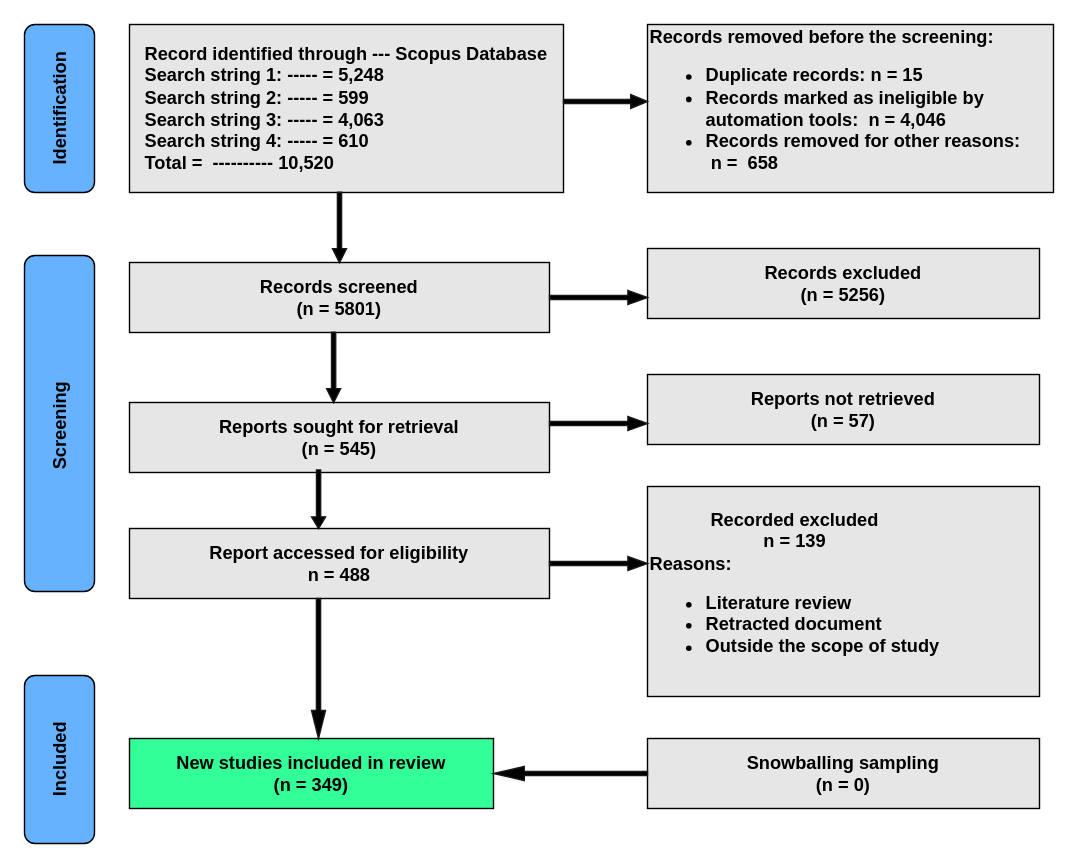
Earlier version of the draw.io diagram flow.drawio (yemioke/PRISMA2020). Source tidied: cells renumbered, new cells numbered last; positions are measured from the earlier drawing's top-left corner, leaving out a move shared by most shapes. Both pictures are drawn from the tidied source at 140%, with x=0, y=0 at pixel (-109, 24).
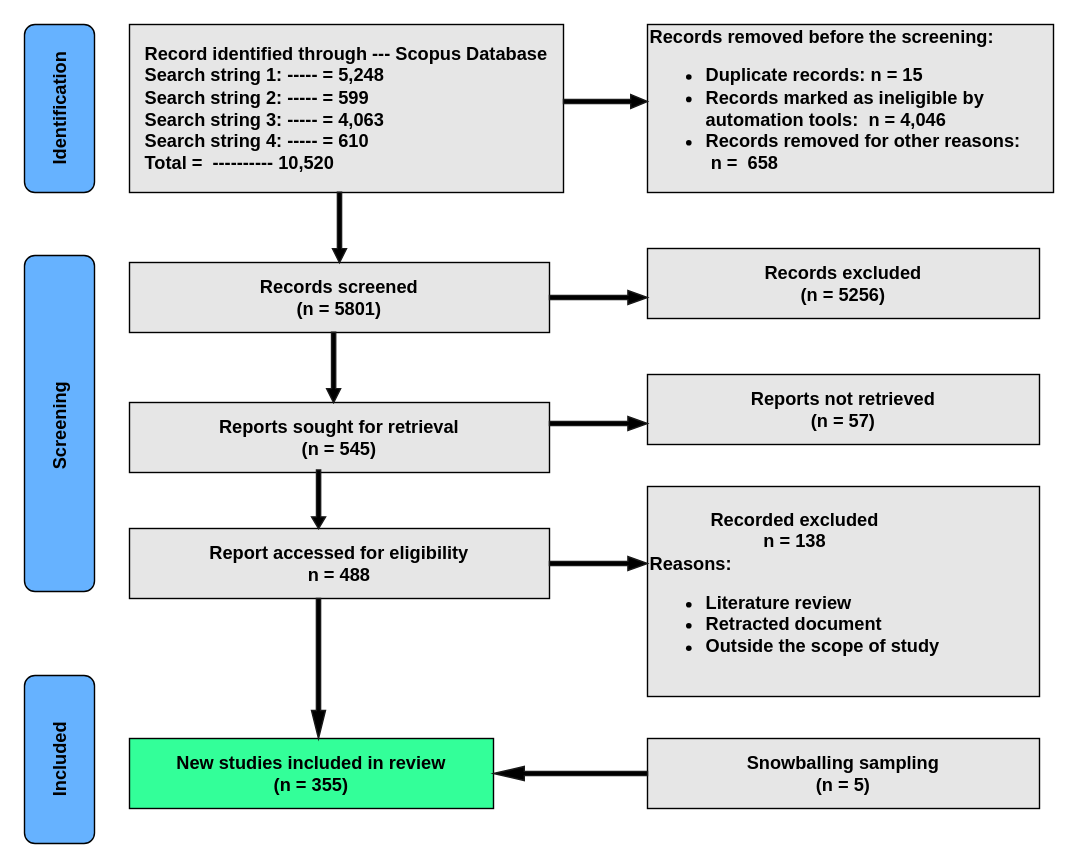
Above is the later version.

What changed in the source:
```diff
@@
-    <mxCell id="7" value="&lt;div style=&quot;text-align: center;&quot;&gt;&lt;font style=&quot;font-size: 13px;&quot;&gt;&lt;b&gt;Recorded excluded&lt;/b&gt;&lt;/font&gt;&lt;/div&gt;&lt;div style=&quot;text-align: center;&quot;&gt;&lt;font style=&quot;font-size: 13px;&quot;&gt;&lt;b&gt;n = 139&lt;/b&gt;&lt;/font&gt;&lt;/div&gt;&lt;div&gt;&lt;span style=&quot;background-color: initial;&quot;&gt;&lt;font style=&quot;font-size: 13px;&quot;&gt;&lt;b&gt;Reasons:&lt;/b&gt;&lt;/font&gt;&lt;/span&gt;&lt;/div&gt;&lt;div&gt;&lt;ul&gt;&lt;li style=&quot;&quot;&gt;&lt;font style=&quot;font-size: 13px;&quot;&gt;&lt;b&gt;Literature review&lt;/b&gt;&lt;/font&gt;&lt;/li&gt;&lt;li style=&quot;&quot;&gt;&lt;font style=&quot;font-size: 13px;&quot;&gt;&lt;b&gt;Retracted document&lt;/b&gt;&lt;/font&gt;&lt;/li&gt;&lt;li style=&quot;&quot;&gt;&lt;font style=&quot;font-size: 13px;&quot;&gt;&lt;b&gt;Outside the scope of study&lt;/b&gt;&lt;/font&gt;&lt;/li&gt;&lt;/ul&gt;&lt;/div&gt;" style="rounded=0;whiteSpace=wrap;html=1;align=left;fillColor=#E6E6E6;" parent="1" vertex="1">
+    <mxCell id="7" value="&lt;div style=&quot;text-align: center;&quot;&gt;&lt;font style=&quot;font-size: 13px;&quot;&gt;&lt;b&gt;Recorded excluded&lt;/b&gt;&lt;/font&gt;&lt;/div&gt;&lt;div style=&quot;text-align: center;&quot;&gt;&lt;font style=&quot;font-size: 13px;&quot;&gt;&lt;b&gt;n = 138&lt;/b&gt;&lt;/font&gt;&lt;/div&gt;&lt;div&gt;&lt;span style=&quot;background-color: initial;&quot;&gt;&lt;font style=&quot;font-size: 13px;&quot;&gt;&lt;b&gt;Reasons:&lt;/b&gt;&lt;/font&gt;&lt;/span&gt;&lt;/div&gt;&lt;div&gt;&lt;ul&gt;&lt;li style=&quot;&quot;&gt;&lt;font style=&quot;font-size: 13px;&quot;&gt;&lt;b&gt;Literature review&lt;/b&gt;&lt;/font&gt;&lt;/li&gt;&lt;li style=&quot;&quot;&gt;&lt;font style=&quot;font-size: 13px;&quot;&gt;&lt;b&gt;Retracted document&lt;/b&gt;&lt;/font&gt;&lt;/li&gt;&lt;li style=&quot;&quot;&gt;&lt;font style=&quot;font-size: 13px;&quot;&gt;&lt;b&gt;Outside the scope of study&lt;/b&gt;&lt;/font&gt;&lt;/li&gt;&lt;/ul&gt;&lt;/div&gt;" style="rounded=0;whiteSpace=wrap;html=1;align=left;fillColor=#E6E6E6;" parent="1" vertex="1">
       <mxGeometry x="540" y="330" width="280" height="150" as="geometry" />
     </mxCell>
@@
-    <mxCell id="9" value="&lt;div&gt;&lt;font style=&quot;font-size: 13px;&quot;&gt;&lt;b&gt;New studies included in review&lt;/b&gt;&lt;/font&gt;&lt;/div&gt;&lt;div&gt;&lt;font style=&quot;font-size: 13px;&quot;&gt;&lt;b&gt;(n = 349)&lt;/b&gt;&lt;/font&gt;&lt;/div&gt;" style="rounded=0;whiteSpace=wrap;html=1;fillColor=#33FF99;" parent="1" vertex="1">
+    <mxCell id="9" value="&lt;div&gt;&lt;font style=&quot;font-size: 13px;&quot;&gt;&lt;b&gt;New studies included in review&lt;/b&gt;&lt;/font&gt;&lt;/div&gt;&lt;div&gt;&lt;font style=&quot;font-size: 13px;&quot;&gt;&lt;b&gt;(n = 355)&lt;/b&gt;&lt;/font&gt;&lt;/div&gt;" style="rounded=0;whiteSpace=wrap;html=1;fillColor=#33FF99;" parent="1" vertex="1">
       <mxGeometry x="170" y="510" width="260" height="50" as="geometry" />
     </mxCell>
@@
-    <mxCell id="11" value="&lt;div&gt;&lt;b&gt;&lt;font style=&quot;font-size: 13px;&quot;&gt;Snowballing sampling&lt;/font&gt;&lt;/b&gt;&lt;/div&gt;&lt;div&gt;&lt;b style=&quot;&quot;&gt;&lt;font style=&quot;font-size: 13px;&quot;&gt;(n = 0)&lt;/font&gt;&lt;/b&gt;&lt;/div&gt;" style="rounded=0;whiteSpace=wrap;html=1;fillColor=#E6E6E6;" parent="1" vertex="1">
+    <mxCell id="11" value="&lt;div&gt;&lt;b&gt;&lt;font style=&quot;font-size: 13px;&quot;&gt;Snowballing sampling&lt;/font&gt;&lt;/b&gt;&lt;/div&gt;&lt;div&gt;&lt;b style=&quot;&quot;&gt;&lt;font style=&quot;font-size: 13px;&quot;&gt;(n = 5)&lt;/font&gt;&lt;/b&gt;&lt;/div&gt;" style="rounded=0;whiteSpace=wrap;html=1;fillColor=#E6E6E6;" parent="1" vertex="1">
       <mxGeometry x="540" y="510" width="280" height="50" as="geometry" />
     </mxCell>
```
